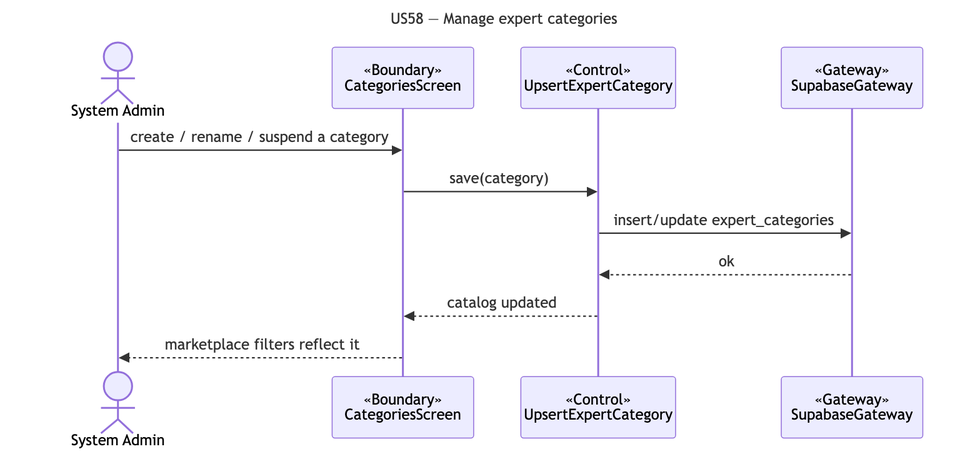
Earlier version of the Mermaid export docs/deliverables/sequence-diagrams/US58-manage-categories.png (cyuanjun/FYP-26-S2-37-app). Its source is kept beside it as docs/deliverables/sequence-diagrams/src/US58-manage-categories.mmd.
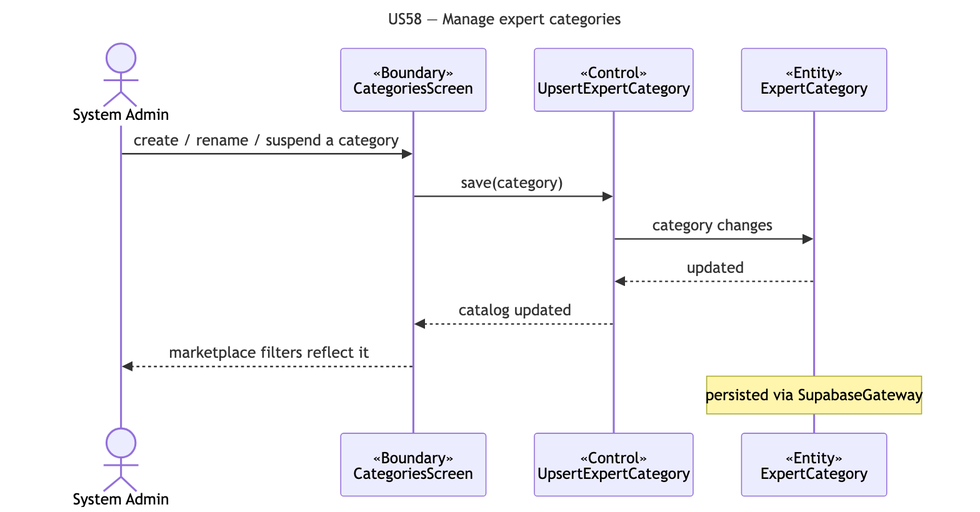
The same file after the commit.

Change to the diagram source:
```diff
@@ -5,10 +5,11 @@
   actor A as System Admin
   participant B as «Boundary»<br/>CategoriesScreen
   participant C as «Control»<br/>UpsertExpertCategory
-  participant G as «Gateway»<br/>SupabaseGateway
+  participant E as «Entity»<br/>ExpertCategory
   A->>B: create / rename / suspend a category
   B->>C: save(category)
-  C->>G: insert/update expert_categories
-  G-->>C: ok
+  C->>E: category changes
+  E-->>C: updated
   C-->>B: catalog updated
   B-->>A: marketplace filters reflect it
+  note over E: persisted via SupabaseGateway
```
